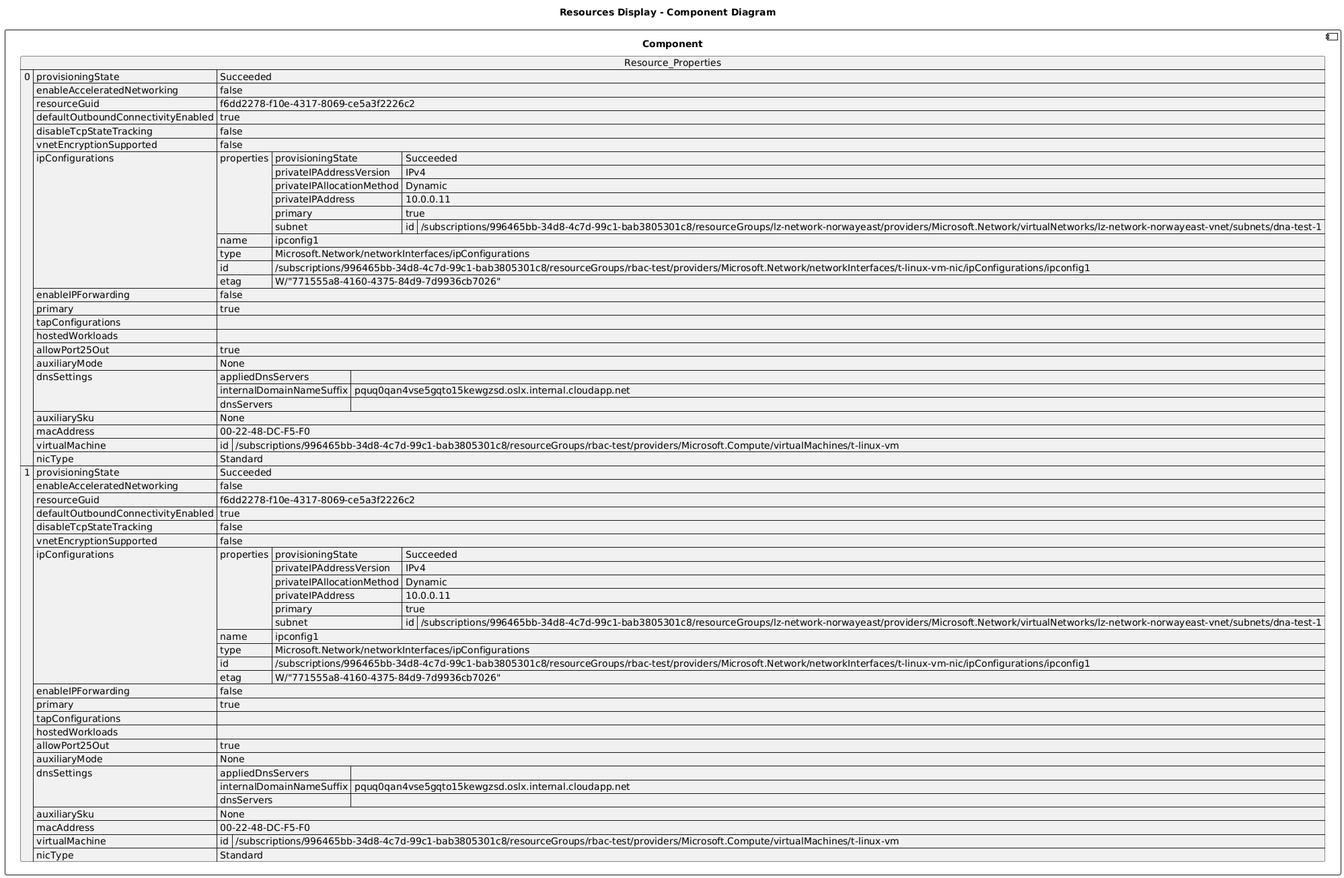
The PlantUML diagram diagrams/t_linux_vm_nic.png in DanielAmpong/Test-Azure-architecture-diagram, before a commit. The source it was exported from:
```plantuml
@startuml

title Resources Display - Component Diagram

component Component {

json  Resource_Properties {
  "0": {
    "provisioningState": "Succeeded",
    "enableAcceleratedNetworking": false,
    "resourceGuid": "f6dd2278-f10e-4317-8069-ce5a3f2226c2",
    "defaultOutboundConnectivityEnabled": true,
    "disableTcpStateTracking": false,
    "vnetEncryptionSupported": false,
    "ipConfigurations": [
      {
        "properties": {
          "provisioningState": "Succeeded",
          "privateIPAddressVersion": "IPv4",
          "privateIPAllocationMethod": "Dynamic",
          "privateIPAddress": "10.0.0.11",
          "primary": true,
          "subnet": {
            "id": "/subscriptions/996465bb-34d8-4c7d-99c1-bab3805301c8/resourceGroups/lz-network-norwayeast/providers/Microsoft.Network/virtualNetworks/lz-network-norwayeast-vnet/subnets/dna-test-1"
          }
        },
        "name": "ipconfig1",
        "type": "Microsoft.Network/networkInterfaces/ipConfigurations",
        "id": "/subscriptions/996465bb-34d8-4c7d-99c1-bab3805301c8/resourceGroups/rbac-test/providers/Microsoft.Network/networkInterfaces/t-linux-vm-nic/ipConfigurations/ipconfig1",
        "etag": "W/\"771555a8-4160-4375-84d9-7d9936cb7026\""
      }
    ],
    "enableIPForwarding": false,
    "primary": true,
    "tapConfigurations": [],
    "hostedWorkloads": [],
    "allowPort25Out": true,
    "auxiliaryMode": "None",
    "dnsSettings": {
      "appliedDnsServers": [],
      "internalDomainNameSuffix": "pquq0qan4vse5gqto15kewgzsd.oslx.internal.cloudapp.net",
      "dnsServers": []
    },
    "auxiliarySku": "None",
    "macAddress": "00-22-48-DC-F5-F0",
    "virtualMachine": {
      "id": "/subscriptions/996465bb-34d8-4c7d-99c1-bab3805301c8/resourceGroups/rbac-test/providers/Microsoft.Compute/virtualMachines/t-linux-vm"
    },
    "nicType": "Standard"
  },
  "1": {
    "provisioningState": "Succeeded",
    "enableAcceleratedNetworking": false,
    "resourceGuid": "f6dd2278-f10e-4317-8069-ce5a3f2226c2",
    "defaultOutboundConnectivityEnabled": true,
    "disableTcpStateTracking": false,
    "vnetEncryptionSupported": false,
    "ipConfigurations": [
      {
        "properties": {
          "provisioningState": "Succeeded",
          "privateIPAddressVersion": "IPv4",
          "privateIPAllocationMethod": "Dynamic",
          "privateIPAddress": "10.0.0.11",
          "primary": true,
          "subnet": {
            "id": "/subscriptions/996465bb-34d8-4c7d-99c1-bab3805301c8/resourceGroups/lz-network-norwayeast/providers/Microsoft.Network/virtualNetworks/lz-network-norwayeast-vnet/subnets/dna-test-1"
          }
        },
        "name": "ipconfig1",
        "type": "Microsoft.Network/networkInterfaces/ipConfigurations",
        "id": "/subscriptions/996465bb-34d8-4c7d-99c1-bab3805301c8/resourceGroups/rbac-test/providers/Microsoft.Network/networkInterfaces/t-linux-vm-nic/ipConfigurations/ipconfig1",
        "etag": "W/\"771555a8-4160-4375-84d9-7d9936cb7026\""
      }
    ],
    "enableIPForwarding": false,
    "primary": true,
    "tapConfigurations": [],
    "hostedWorkloads": [],
    "allowPort25Out": true,
    "auxiliaryMode": "None",
    "dnsSettings": {
      "appliedDnsServers": [],
      "internalDomainNameSuffix": "pquq0qan4vse5gqto15kewgzsd.oslx.internal.cloudapp.net",
      "dnsServers": []
    },
    "auxiliarySku": "None",
    "macAddress": "00-22-48-DC-F5-F0",
    "virtualMachine": {
      "id": "/subscriptions/996465bb-34d8-4c7d-99c1-bab3805301c8/resourceGroups/rbac-test/providers/Microsoft.Compute/virtualMachines/t-linux-vm"
    },
    "nicType": "Standard"
  }
}
}
@enduml
```
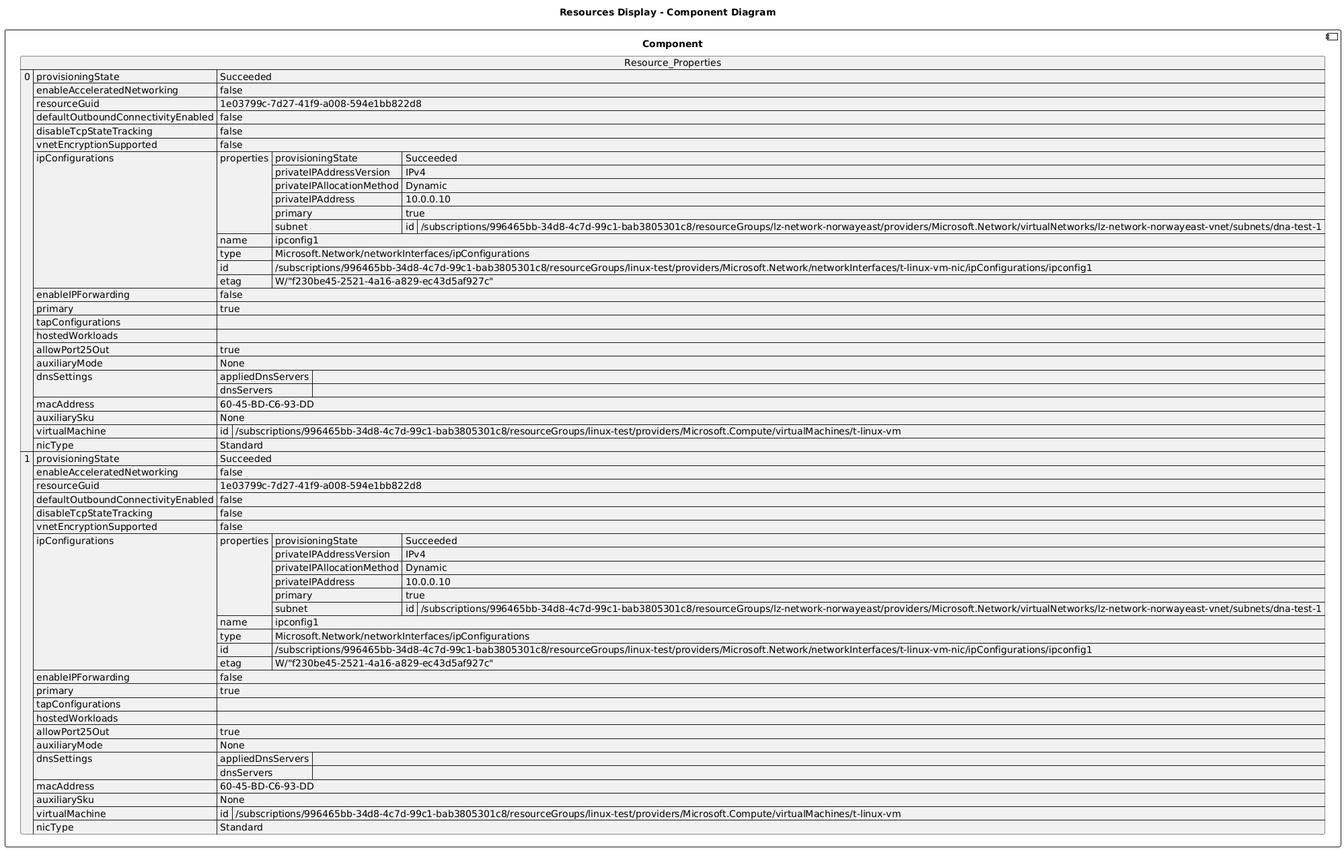
The same diagram one commit later.

What changed in the source:
```diff
@@ -8,8 +8,8 @@
   "0": {
     "provisioningState": "Succeeded",
     "enableAcceleratedNetworking": false,
-    "resourceGuid": "f6dd2278-f10e-4317-8069-ce5a3f2226c2",
-    "defaultOutboundConnectivityEnabled": true,
+    "resourceGuid": "1e03799c-7d27-41f9-a008-594e1bb822d8",
+    "defaultOutboundConnectivityEnabled": false,
     "disableTcpStateTracking": false,
     "vnetEncryptionSupported": false,
     "ipConfigurations": [
@@ -18,7 +18,7 @@
           "provisioningState": "Succeeded",
           "privateIPAddressVersion": "IPv4",
           "privateIPAllocationMethod": "Dynamic",
-          "privateIPAddress": "10.0.0.11",
+          "privateIPAddress": "10.0.0.10",
           "primary": true,
           "subnet": {
             "id": "/subscriptions/996465bb-34d8-4c7d-99c1-bab3805301c8/resourceGroups/lz-network-norwayeast/providers/Microsoft.Network/virtualNetworks/lz-network-norwayeast-vnet/subnets/dna-test-1"
@@ -26,8 +26,8 @@
         },
         "name": "ipconfig1",
         "type": "Microsoft.Network/networkInterfaces/ipConfigurations",
-        "id": "/subscriptions/996465bb-34d8-4c7d-99c1-bab3805301c8/resourceGroups/rbac-test/providers/Microsoft.Network/networkInterfaces/t-linux-vm-nic/ipConfigurations/ipconfig1",
-        "etag": "W/\"771555a8-4160-4375-84d9-7d9936cb7026\""
+        "id": "/subscriptions/996465bb-34d8-4c7d-99c1-bab3805301c8/resourceGroups/linux-test/providers/Microsoft.Network/networkInterfaces/t-linux-vm-nic/ipConfigurations/ipconfig1",
+        "etag": "W/\"f230be45-2521-4a16-a829-ec43d5af927c\""
       }
     ],
     "enableIPForwarding": false,
@@ -38,21 +38,20 @@
     "auxiliaryMode": "None",
     "dnsSettings": {
       "appliedDnsServers": [],
-      "internalDomainNameSuffix": "pquq0qan4vse5gqto15kewgzsd.oslx.internal.cloudapp.net",
       "dnsServers": []
     },
+    "macAddress": "60-45-BD-C6-93-DD",
     "auxiliarySku": "None",
-    "macAddress": "00-22-48-DC-F5-F0",
     "virtualMachine": {
-      "id": "/subscriptions/996465bb-34d8-4c7d-99c1-bab3805301c8/resourceGroups/rbac-test/providers/Microsoft.Compute/virtualMachines/t-linux-vm"
+      "id": "/subscriptions/996465bb-34d8-4c7d-99c1-bab3805301c8/resourceGroups/linux-test/providers/Microsoft.Compute/virtualMachines/t-linux-vm"
     },
     "nicType": "Standard"
   },
   "1": {
     "provisioningState": "Succeeded",
     "enableAcceleratedNetworking": false,
-    "resourceGuid": "f6dd2278-f10e-4317-8069-ce5a3f2226c2",
-    "defaultOutboundConnectivityEnabled": true,
+    "resourceGuid": "1e03799c-7d27-41f9-a008-594e1bb822d8",
+    "defaultOutboundConnectivityEnabled": false,
     "disableTcpStateTracking": false,
     "vnetEncryptionSupported": false,
     "ipConfigurations": [
@@ -61,7 +60,7 @@
           "provisioningState": "Succeeded",
           "privateIPAddressVersion": "IPv4",
           "privateIPAllocationMethod": "Dynamic",
-          "privateIPAddress": "10.0.0.11",
+          "privateIPAddress": "10.0.0.10",
           "primary": true,
           "subnet": {
             "id": "/subscriptions/996465bb-34d8-4c7d-99c1-bab3805301c8/resourceGroups/lz-network-norwayeast/providers/Microsoft.Network/virtualNetworks/lz-network-norwayeast-vnet/subnets/dna-test-1"
@@ -69,8 +68,8 @@
         },
         "name": "ipconfig1",
         "type": "Microsoft.Network/networkInterfaces/ipConfigurations",
-        "id": "/subscriptions/996465bb-34d8-4c7d-99c1-bab3805301c8/resourceGroups/rbac-test/providers/Microsoft.Network/networkInterfaces/t-linux-vm-nic/ipConfigurations/ipconfig1",
-        "etag": "W/\"771555a8-4160-4375-84d9-7d9936cb7026\""
+        "id": "/subscriptions/996465bb-34d8-4c7d-99c1-bab3805301c8/resourceGroups/linux-test/providers/Microsoft.Network/networkInterfaces/t-linux-vm-nic/ipConfigurations/ipconfig1",
+        "etag": "W/\"f230be45-2521-4a16-a829-ec43d5af927c\""
       }
     ],
     "enableIPForwarding": false,
@@ -81,13 +80,12 @@
     "auxiliaryMode": "None",
     "dnsSettings": {
       "appliedDnsServers": [],
-      "internalDomainNameSuffix": "pquq0qan4vse5gqto15kewgzsd.oslx.internal.cloudapp.net",
       "dnsServers": []
     },
+    "macAddress": "60-45-BD-C6-93-DD",
     "auxiliarySku": "None",
-    "macAddress": "00-22-48-DC-F5-F0",
     "virtualMachine": {
-      "id": "/subscriptions/996465bb-34d8-4c7d-99c1-bab3805301c8/resourceGroups/rbac-test/providers/Microsoft.Compute/virtualMachines/t-linux-vm"
+      "id": "/subscriptions/996465bb-34d8-4c7d-99c1-bab3805301c8/resourceGroups/linux-test/providers/Microsoft.Compute/virtualMachines/t-linux-vm"
     },
     "nicType": "Standard"
   }
```
